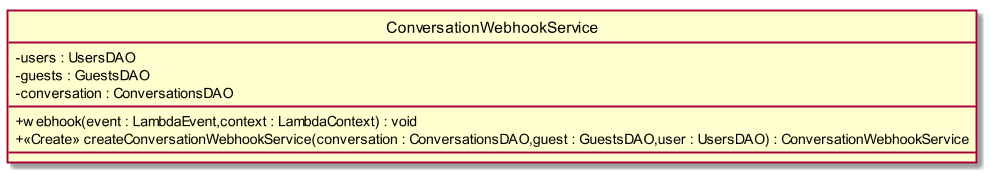
Above: RQ/Esterni/DefinizioneDiProdotto/images/ClassConversationWebhookService.png in CoCodeSWE/Docs (PlantUML), before the change.
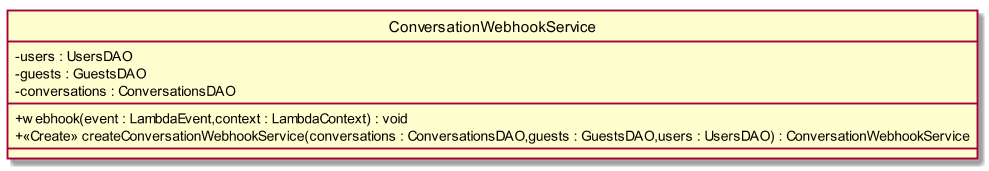
The same file after the commit.

The edit, as a diff of the source:
```diff
@@ -4,10 +4,10 @@
 class ConversationWebhookService{
 - users : UsersDAO
 - guests : GuestsDAO
-- conversation : ConversationsDAO
+- conversations : ConversationsDAO
 __
 + webhook(event : LambdaEvent,context : LambdaContext) : void
-+ <<Create>> createConversationWebhookService(conversation : ConversationsDAO,guest : GuestsDAO,user : UsersDAO) : ConversationWebhookService
++ <<Create>> createConversationWebhookService(conversations : ConversationsDAO,guests : GuestsDAO,users : UsersDAO) : ConversationWebhookService
 __
 
 }
```
